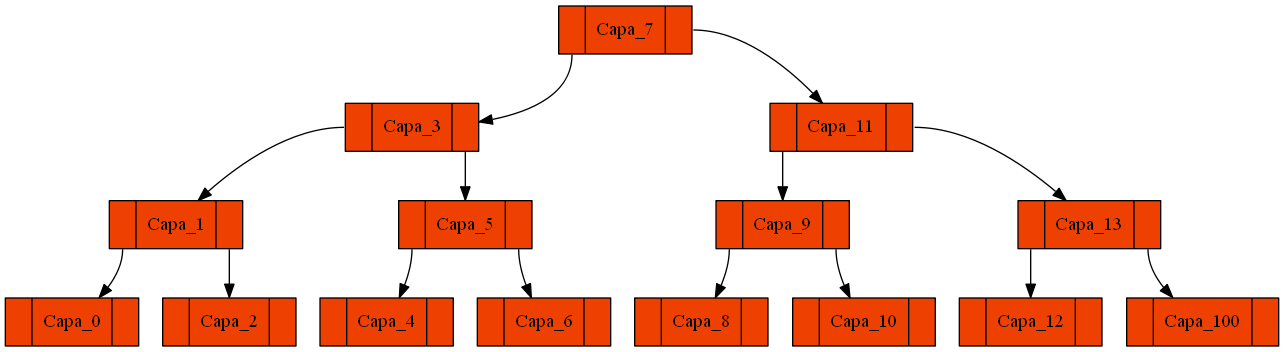
Before: [EDD]Proyecto1_201603127/ABB.png, a diagram exported from Graphviz (Cascarus/-EDD-Proyecto1_201603127). Its source is kept beside it as [EDD]Proyecto1_201603127/ABB.dot.
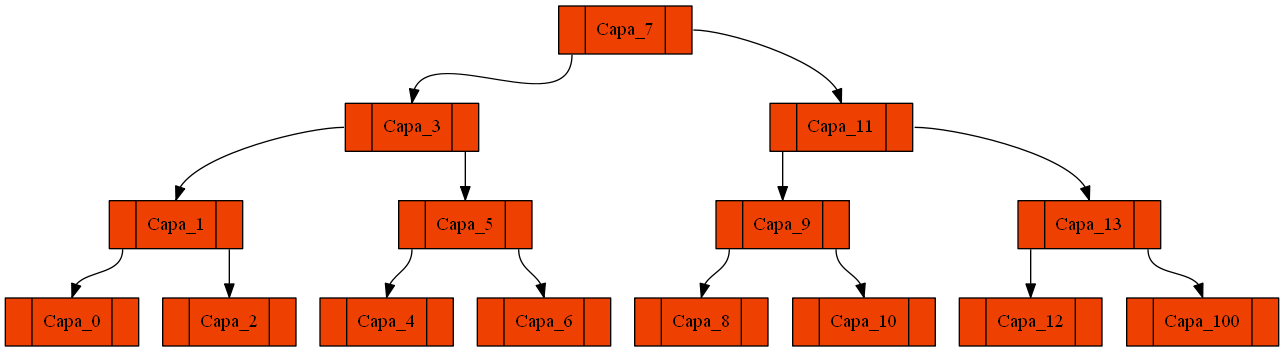
The same file after the commit.

Change to the diagram source:
```diff
@@ -1,47 +1,47 @@
 digraph g{
 	node [shape=record,width=.9,height=.5,style=filled,fillcolor=orangered2];
-	Node7:C0->Node3;
-	Node7:C1->Node11;
-	Node3:C0->Node1;
-	Node3:C1->Node5;
-	Node1:C0->Node0;
-	Node1:C1->Node2;
+	Node7:C0->Node3:C3;
+	Node7:C1->Node11:C3;
+	Node3:C0->Node1:C3;
+	Node3:C1->Node5:C3;
+	Node1:C0->Node0:C3;
+	Node1:C1->Node2:C3;
 
- 	Node0[label = "<C0>|Capa_0|<C1>"]
+ 	Node0[label = "<C0>|<C3>Capa_0|<C1>"]
 
- 	Node2[label = "<C0>|Capa_2|<C1>"]
+ 	Node2[label = "<C0>|<C3>Capa_2|<C1>"]
 
- 	Node1[label = "<C0>|Capa_1|<C1>"]
-	Node5:C0->Node4;
-	Node5:C1->Node6;
+ 	Node1[label = "<C0>|<C3>Capa_1|<C1>"]
+	Node5:C0->Node4:C3;
+	Node5:C1->Node6:C3;
 
- 	Node4[label = "<C0>|Capa_4|<C1>"]
+ 	Node4[label = "<C0>|<C3>Capa_4|<C1>"]
 
- 	Node6[label = "<C0>|Capa_6|<C1>"]
+ 	Node6[label = "<C0>|<C3>Capa_6|<C1>"]
 
- 	Node5[label = "<C0>|Capa_5|<C1>"]
+ 	Node5[label = "<C0>|<C3>Capa_5|<C1>"]
 
- 	Node3[label = "<C0>|Capa_3|<C1>"]
-	Node11:C0->Node9;
-	Node11:C1->Node13;
-	Node9:C0->Node8;
-	Node9:C1->Node10;
+ 	Node3[label = "<C0>|<C3>Capa_3|<C1>"]
+	Node11:C0->Node9:C3;
+	Node11:C1->Node13:C3;
+	Node9:C0->Node8:C3;
+	Node9:C1->Node10:C3;
 
- 	Node8[label = "<C0>|Capa_8|<C1>"]
+ 	Node8[label = "<C0>|<C3>Capa_8|<C1>"]
 
- 	Node10[label = "<C0>|Capa_10|<C1>"]
+ 	Node10[label = "<C0>|<C3>Capa_10|<C1>"]
 
- 	Node9[label = "<C0>|Capa_9|<C1>"]
-	Node13:C0->Node12;
-	Node13:C1->Node100;
+ 	Node9[label = "<C0>|<C3>Capa_9|<C1>"]
+	Node13:C0->Node12:C3;
+	Node13:C1->Node100:C3;
 
- 	Node12[label = "<C0>|Capa_12|<C1>"]
+ 	Node12[label = "<C0>|<C3>Capa_12|<C1>"]
 
- 	Node100[label = "<C0>|Capa_100|<C1>"]
+ 	Node100[label = "<C0>|<C3>Capa_100|<C1>"]
 
- 	Node13[label = "<C0>|Capa_13|<C1>"]
+ 	Node13[label = "<C0>|<C3>Capa_13|<C1>"]
 
- 	Node11[label = "<C0>|Capa_11|<C1>"]
+ 	Node11[label = "<C0>|<C3>Capa_11|<C1>"]
 
- 	Node7[label = "<C0>|Capa_7|<C1>"]
+ 	Node7[label = "<C0>|<C3>Capa_7|<C1>"]
 }
```
